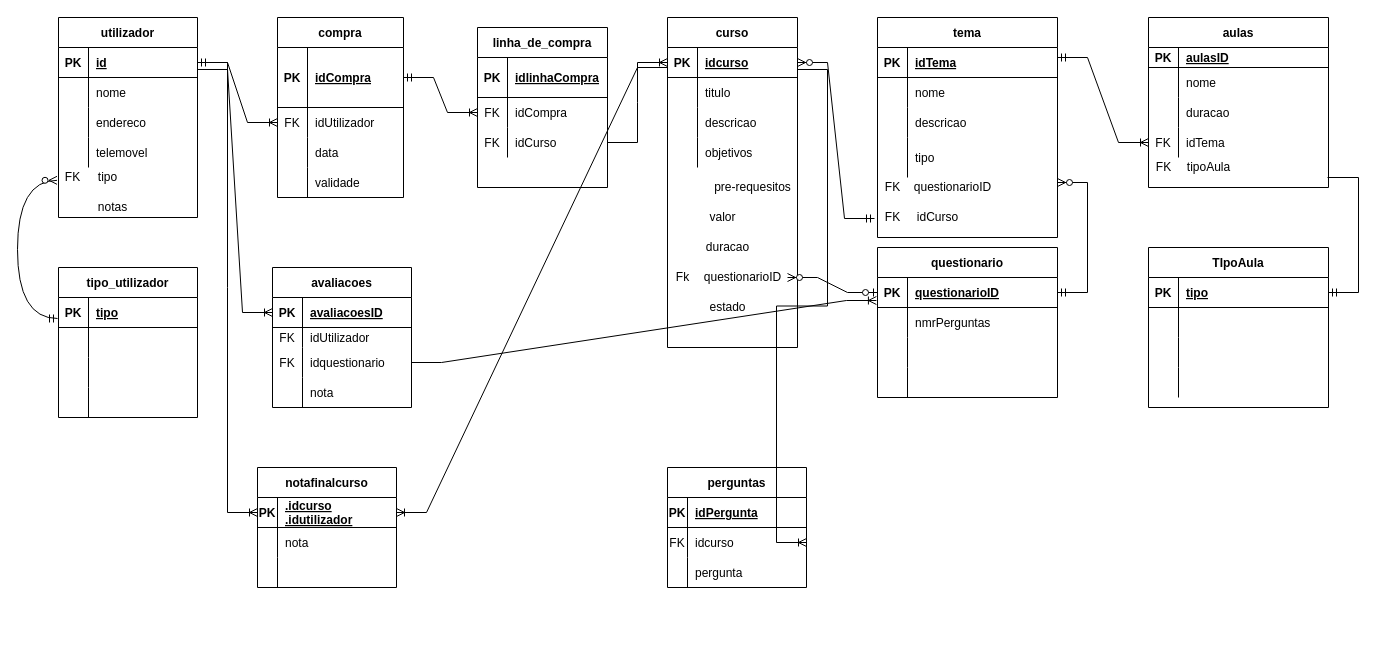
Earlier version of the draw.io diagram baseDeDados.drawio (Fabiomesquita10/stuff). Source tidied: cells renumbered, new cells numbered last; positions are measured from the earlier drawing's top-left corner, leaving out a move shared by most shapes. Both pictures are drawn from the tidied source at 100%, with x=0, y=0 at pixel (17, 17).
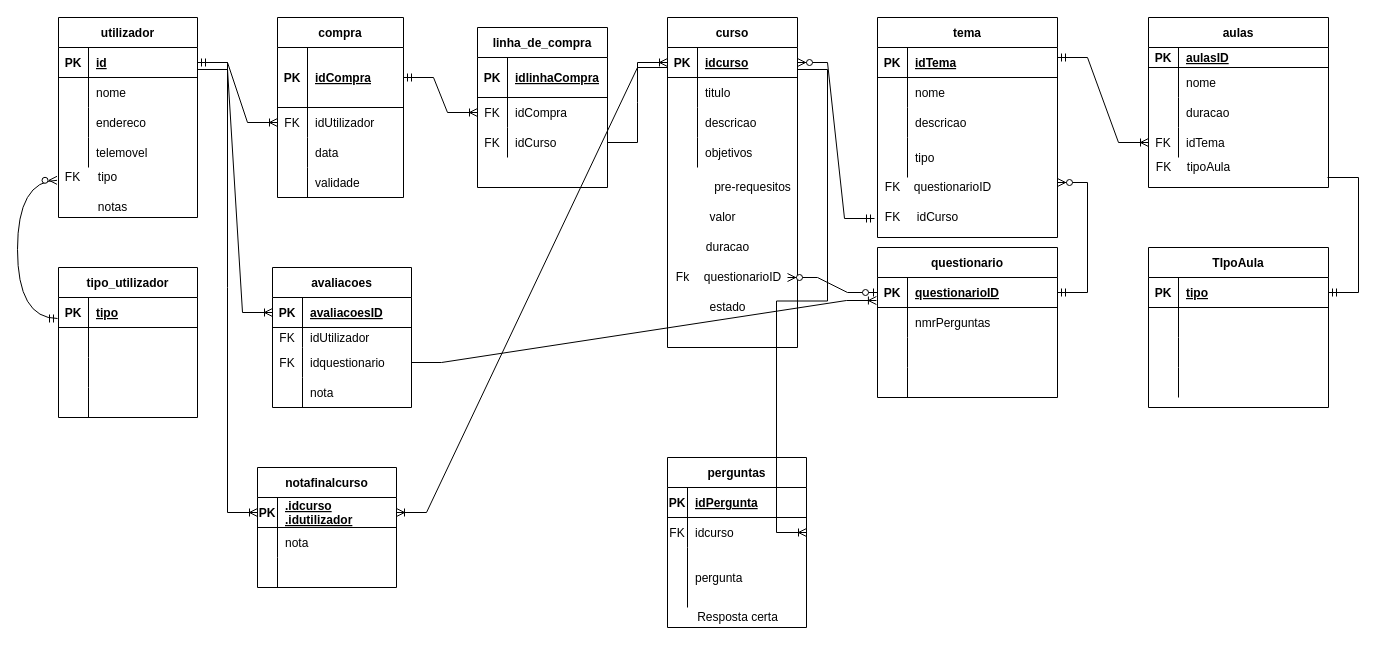
After the change.

What changed in the source:
```diff
@@
     <mxCell id="167" value="perguntas" style="shape=table;startSize=30;childLayout=tableLayout;rowLines=0;fontStyle=1;align=center;" parent="1" vertex="1">
-      <mxGeometry x="650" y="450" width="139" height="120" as="geometry" />
+      <mxGeometry x="650" y="440" width="139" height="170" as="geometry" />
     </mxCell>
@@
     <mxCell id="174" style="shape=partialRectangle;fillColor=none;top=0;left=0;bottom=0;right=0;" parent="167" vertex="1">
-      <mxGeometry y="90" width="139" height="30" as="geometry" />
+      <mxGeometry y="90" width="139" height="60" as="geometry" />
     </mxCell>
     <mxCell id="175" style="shape=partialRectangle;fillColor=none;top=0;left=0;bottom=0;right=0;overflow=hidden;" parent="174" vertex="1">
-      <mxGeometry width="20" height="30" as="geometry" />
+      <mxGeometry width="20" height="60" as="geometry" />
     </mxCell>
     <mxCell id="176" value="pergunta" style="shape=partialRectangle;fillColor=none;top=0;left=0;bottom=0;right=0;align=left;spacingLeft=6;overflow=hidden;" parent="174" vertex="1">
-      <mxGeometry x="20" width="119" height="30" as="geometry" />
+      <mxGeometry x="20" width="119" height="60" as="geometry" />
     </mxCell>
@@
+    <mxCell id="178" value="Resposta certa" style="text;html=1;align=center;verticalAlign=middle;strokeColor=none;fillColor=none;" parent="1" vertex="1">
+      <mxGeometry x="670" y="590" width="100" height="20" as="geometry" />
+    </mxCell>
```
